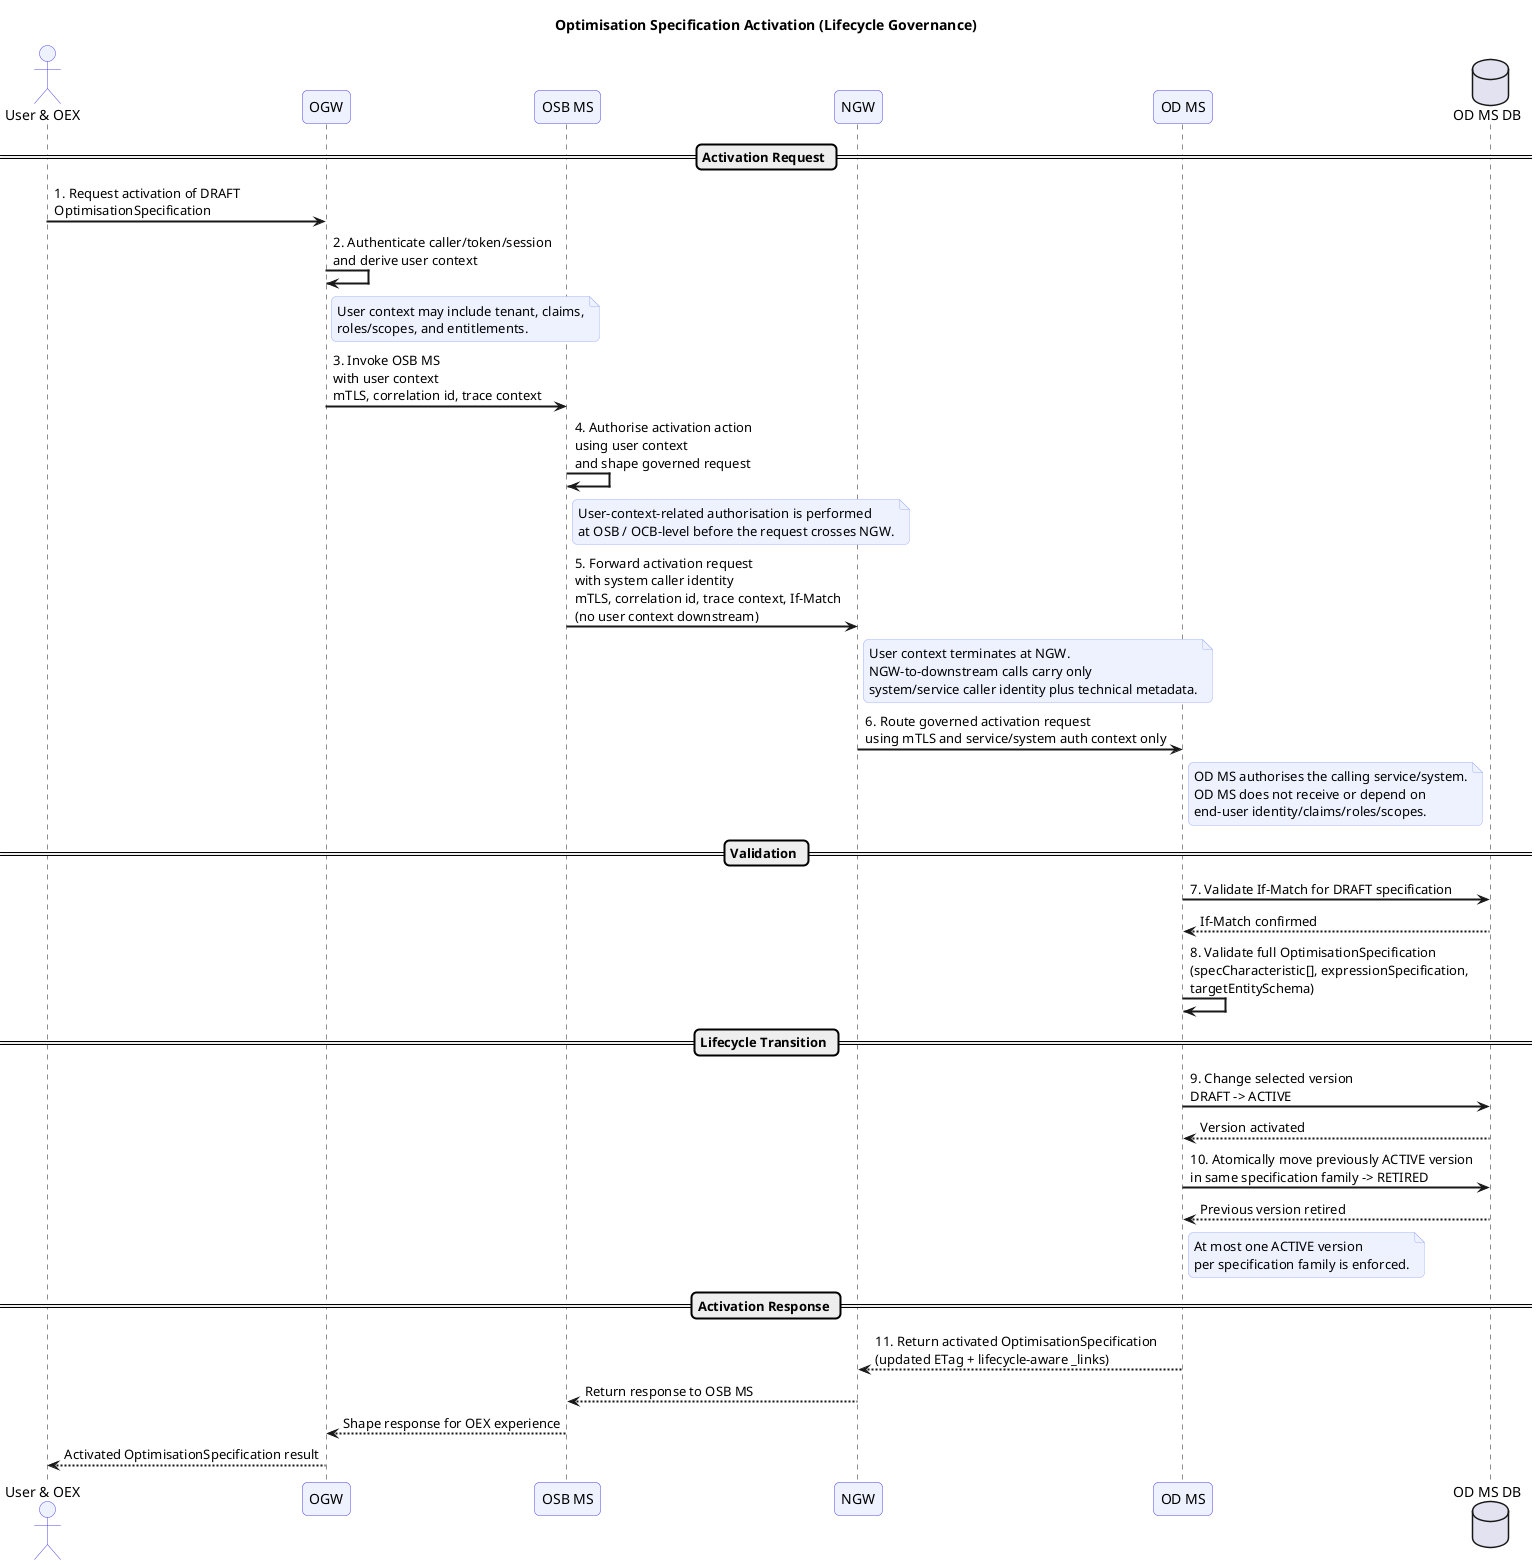
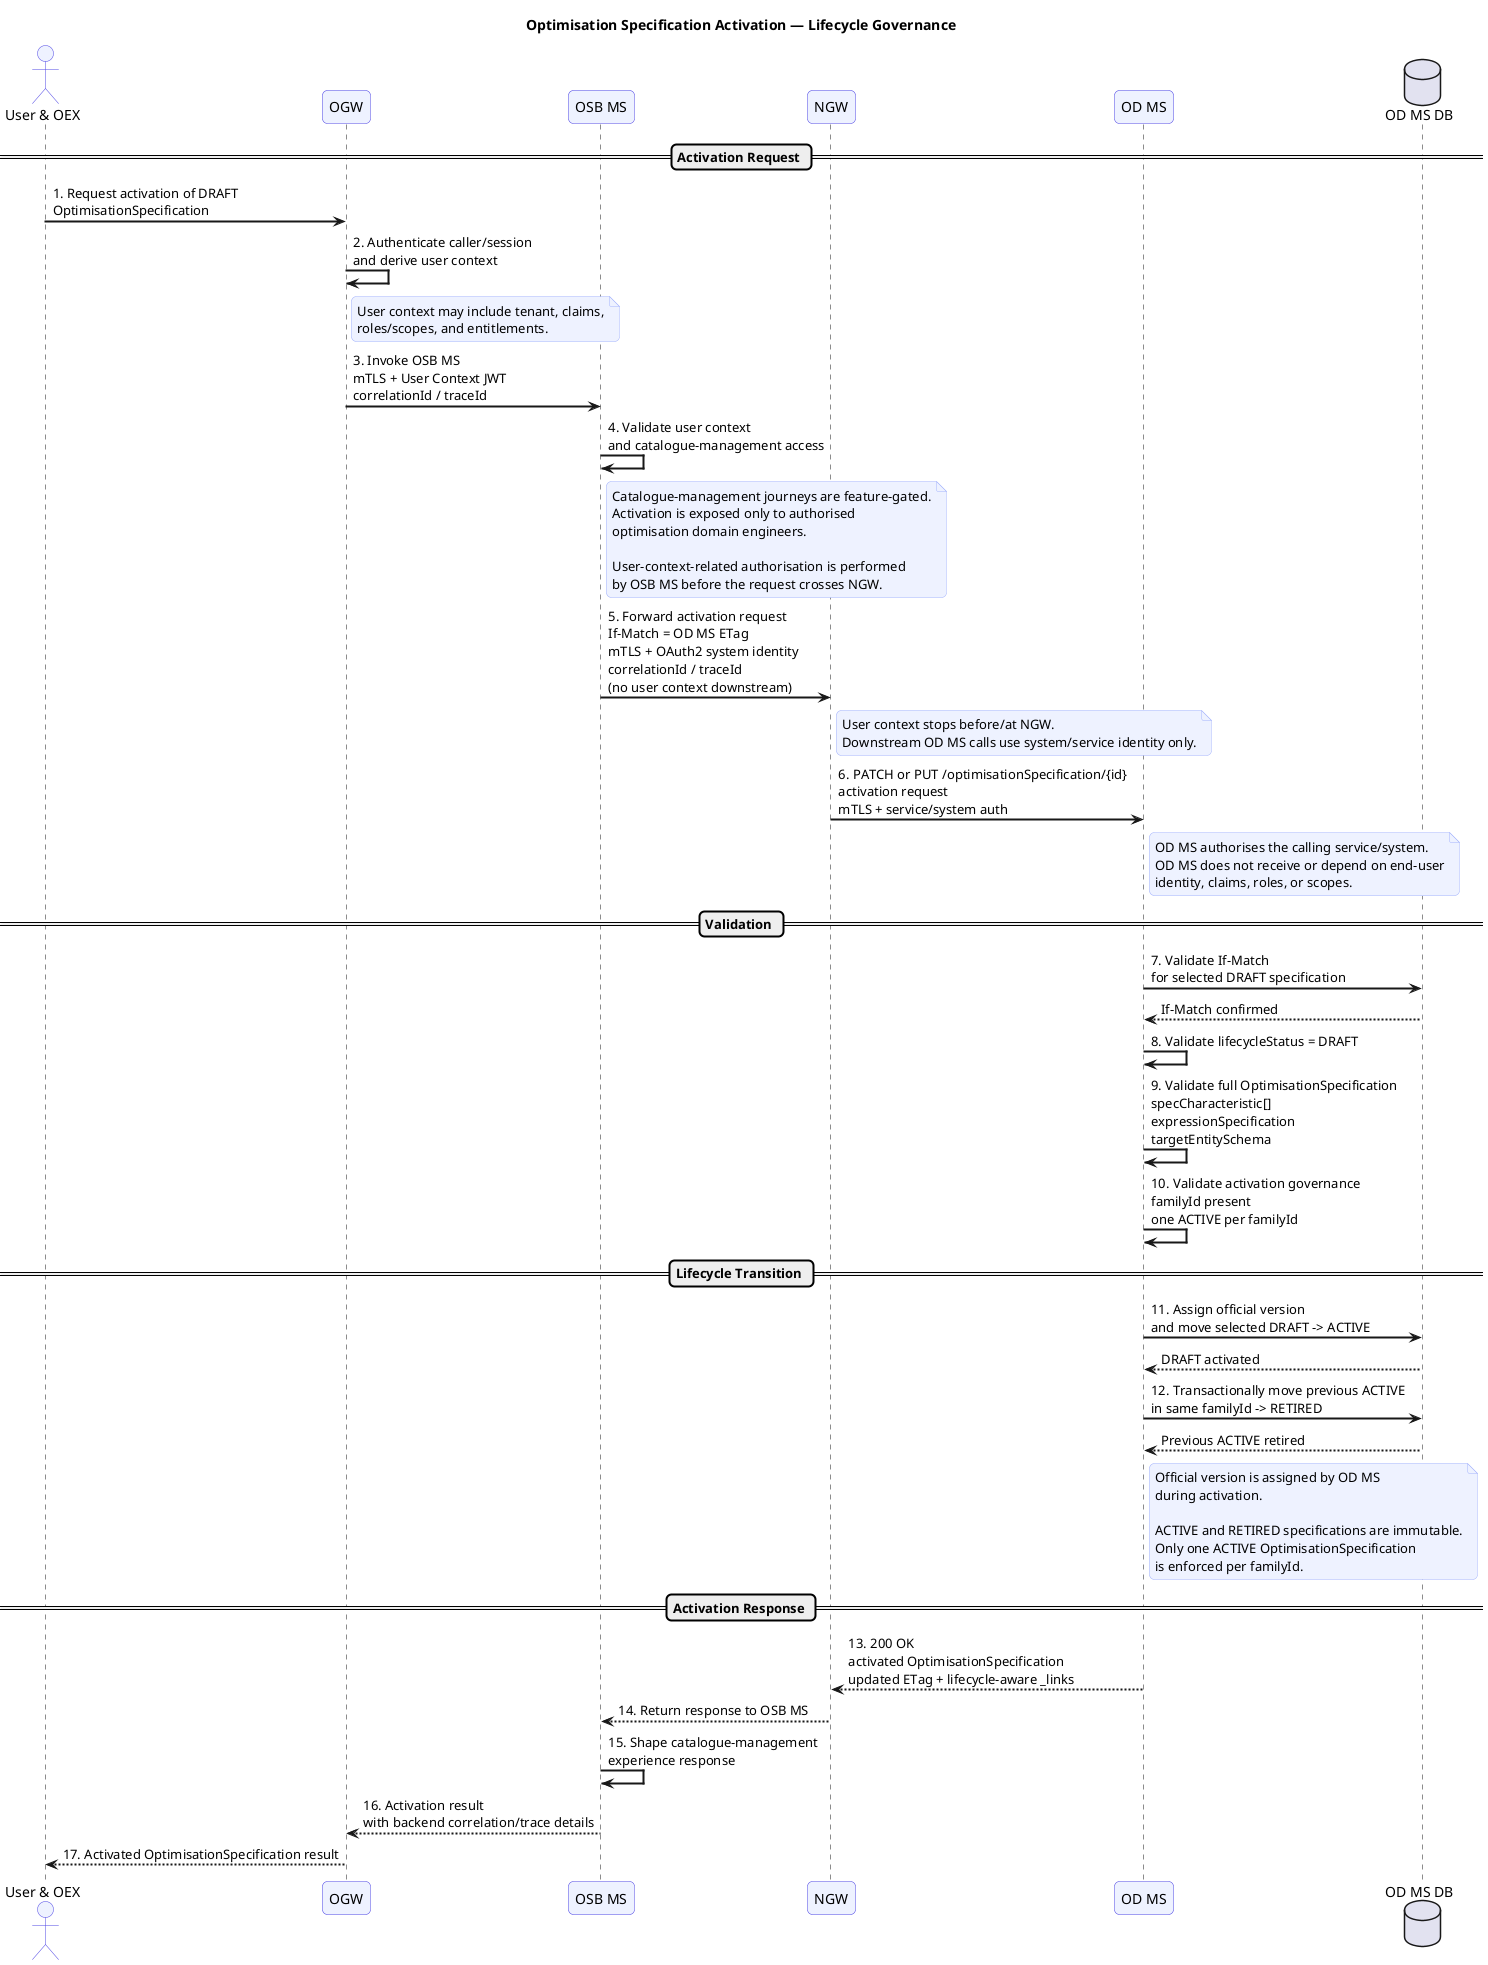
@startuml
- title Optimisation Specification Activation (Lifecycle Governance)
+ title Optimisation Specification Activation — Lifecycle Governance

skinparam sequenceArrowThickness 2
skinparam roundcorner 10
skinparam sequenceParticipantBackgroundColor #EEF2FF
skinparam sequenceParticipantBorderColor #4F46E5
skinparam sequenceActorBackgroundColor #EEF2FF
skinparam sequenceActorBorderColor #4F46E5
skinparam noteBorderColor #A5B4FC
skinparam noteBackgroundColor #EEF2FF

- actor "User & OEX " as Caller
+ actor "User & OEX" as Caller
participant "OGW" as OGW
participant "OSB MS" as OSB
participant "NGW" as NGW
participant "OD MS" as ODMS
database "OD MS DB" as ODDB

== Activation Request ==

Caller -> OGW : 1. Request activation of DRAFT\nOptimisationSpecification
- OGW -> OGW : 2. Authenticate caller/token/session\nand derive user context
+ OGW -> OGW : 2. Authenticate caller/session\nand derive user context
+ 
note right of OGW
User context may include tenant, claims,
roles/scopes, and entitlements.
end note

- OGW -> OSB : 3. Invoke OSB MS\nwith user context\nmTLS, correlation id, trace context
- OSB -> OSB : 4. Authorise activation action\nusing user context\nand shape governed request
+ OGW -> OSB : 3. Invoke OSB MS\nmTLS + User Context JWT\ncorrelationId / traceId
+ 
+ OSB -> OSB : 4. Validate user context\nand catalogue-management access
+ 
note right of OSB
+ Catalogue-management journeys are feature-gated.
+ Activation is exposed only to authorised
+ optimisation domain engineers.
+ 
User-context-related authorisation is performed
- at OSB / OCB-level before the request crosses NGW.
+ by OSB MS before the request crosses NGW.
end note

- OSB -> NGW : 5. Forward activation request\nwith system caller identity\nmTLS, correlation id, trace context, If-Match\n(no user context downstream)
+ OSB -> NGW : 5. Forward activation request\nIf-Match = OD MS ETag\nmTLS + OAuth2 system identity\ncorrelationId / traceId\n(no user context downstream)
+ 
note right of NGW
- User context terminates at NGW.
- NGW-to-downstream calls carry only
- system/service caller identity plus technical metadata.
+ User context stops before/at NGW.
+ Downstream OD MS calls use system/service identity only.
end note

- NGW -> ODMS : 6. Route governed activation request\nusing mTLS and service/system auth context only
+ NGW -> ODMS : 6. PATCH or PUT /optimisationSpecification/{id}\nactivation request\nmTLS + service/system auth
+ 
note right of ODMS
OD MS authorises the calling service/system.
- OD MS does not receive or depend on
- end-user identity/claims/roles/scopes.
+ OD MS does not receive or depend on end-user
+ identity, claims, roles, or scopes.
end note

== Validation ==

- ODMS -> ODDB : 7. Validate If-Match for DRAFT specification
+ ODMS -> ODDB : 7. Validate If-Match\nfor selected DRAFT specification
ODDB --> ODMS : If-Match confirmed
- ODMS -> ODMS : 8. Validate full OptimisationSpecification\n(specCharacteristic[], expressionSpecification,\ntargetEntitySchema)
+ 
+ ODMS -> ODMS : 8. Validate lifecycleStatus = DRAFT
+ ODMS -> ODMS : 9. Validate full OptimisationSpecification\nspecCharacteristic[]\nexpressionSpecification\ntargetEntitySchema
+ ODMS -> ODMS : 10. Validate activation governance\nfamilyId present\none ACTIVE per familyId

== Lifecycle Transition ==

- ODMS -> ODDB : 9. Change selected version\nDRAFT -> ACTIVE
- ODDB --> ODMS : Version activated
- ODMS -> ODDB : 10. Atomically move previously ACTIVE version\nin same specification family -> RETIRED
- ODDB --> ODMS : Previous version retired
+ ODMS -> ODDB : 11. Assign official version\nand move selected DRAFT -> ACTIVE
+ ODDB --> ODMS : DRAFT activated
+ 
+ ODMS -> ODDB : 12. Transactionally move previous ACTIVE\nin same familyId -> RETIRED
+ ODDB --> ODMS : Previous ACTIVE retired

note right of ODMS
- At most one ACTIVE version
- per specification family is enforced.
+ Official version is assigned by OD MS
+ during activation.
+ 
+ ACTIVE and RETIRED specifications are immutable.
+ Only one ACTIVE OptimisationSpecification
+ is enforced per familyId.
end note

== Activation Response ==

- ODMS --> NGW : 11. Return activated OptimisationSpecification\n(updated ETag + lifecycle-aware _links)
- NGW --> OSB : Return response to OSB MS
- OSB --> OGW : Shape response for OEX experience
- OGW --> Caller : Activated OptimisationSpecification result
+ ODMS --> NGW : 13. 200 OK\nactivated OptimisationSpecification\nupdated ETag + lifecycle-aware _links
+ NGW --> OSB : 14. Return response to OSB MS
+ 
+ OSB -> OSB : 15. Shape catalogue-management\nexperience response
+ OSB --> OGW : 16. Activation result\nwith backend correlation/trace details
+ OGW --> Caller : 17. Activated OptimisationSpecification result

@enduml
